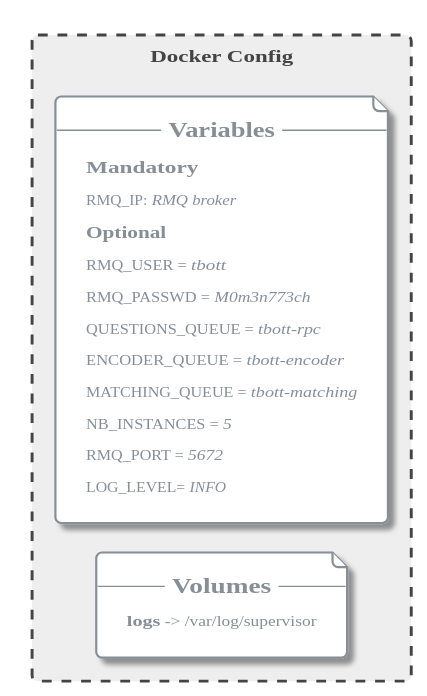
Earlier version of the PlantUML export images/plantuml/FindReply/find_reply/FindReply_Config.svg (momenttech/maestro-architecture). Source of this version:
```plantuml
@startuml




skinparam backgroundColor White








skinparam defaultFontName       "Verdana"
skinparam defaultFontSize       12
skinparam dpi                   100
skinparam shadowing             True
skinparam roundcorner           8
skinparam ParticipantPadding    40
skinparam BoxPadding            40
skinparam Padding               5
skinparam ArrowColor            #868E96
skinparam stereotype {
    CBackgroundColor #EDF0F2
    CBorderColor #BABDBF
    ABackgroundColor #8FB961
    ABorderColor $SUCCESS_DARK
    IBackgroundColor #D2494E
    IBorderColor $DANGER_DARK
    EBackgroundColor #E47833
    EBorderColor $WARNING_DARK
    NBackgroundColor #35638F
    NBorderColor $INFO_DARK
}
skinparam title {
	FontColor	                 #2FA4E7
	BorderColor	                 #BABDBF
	FontSize	    	         20
	BorderRoundCorner            8
	BorderThickness 	         1
	BackgroundColor              White
}

skinparam legend {
	BackgroundColor White
	BorderColor #BABDBF
	FontColor #343A40
}


skinparam activity {
		FontColor #2683B9
	BorderColor #2683B9
	BackgroundColor White
	BarColor #73A839
	StartColor #033C73
	EndColor #033C73
	DiamondBackgroundColor White
  	DiamondBorderColor #BABDBF
	DiamondFontColor #BABDBF
}


skinparam participant {
		FontColor #2683B9
	BorderColor #2683B9
	BackgroundColor White
	ParticipantBorderThickness 2
}


skinparam actor {
		FontColor #2683B9
	BorderColor #2683B9
	BackgroundColor White
}


skinparam arrow {
	Thickness 2.5
	Color #2FA4E7
	FontColor #343A40
}


skinparam sequence {
	BorderColor #2FA4E7
	TitleFontColor #2FA4E7
	BackgroundColor White
	StartColor #2FA4E7
	EndColor #2FA4E7
	BoxBackgroundColor White
	BoxBorderColor #868E96
	BoxFontColor #343A40
	LifeLineBorderColor #BABDBF
	LifeLineBorderThickness 2
	LifeLineBackgroundColor White
	GroupBorderColor #868E96
	GroupFontColor #343A40
	GroupHeaderFontColor #033C73
	DividerBackgroundColor White
    DividerBorderColor #868E96
    DividerBorderThickness 2
    DividerFontColor #343A40
	ReferenceBackgroundColor White
	ReferenceBorderColor #868E96
	ReferenceFontColor #343A40
	ReferenceHeaderFontColor #033C73
}


skinparam partition {
	BorderColor #2FA4E7
	FontColor #2FA4E7
	BackgroundColor White
}


skinparam collections {
		FontColor #2683B9
	BorderColor #2683B9
	BackgroundColor White
}


skinparam control {
		FontColor #2683B9
	BorderColor #2683B9
	BackgroundColor White
}


skinparam entity {
		FontColor #2683B9
	BorderColor #2683B9
	BackgroundColor White
}


skinparam boundary {
		FontColor #2683B9
	BorderColor #2683B9
	BackgroundColor White
}


skinparam agent {
	BackgroundColor White
	BorderColor #999999
	FontColor #333333
}


skinparam note {
	BorderThickness 1
	BackgroundColor White
	BorderColor #033C73
	FontColor #033C73
}


skinparam artifact {
	BackgroundColor White
	BorderColor #868E96
	FontColor #868E96
}


skinparam component {
		FontColor #2683B9
	BorderColor #2683B9
	BackgroundColor White

}


skinparam interface {
	BackgroundColor  White
	BorderColor  #C71C22
	FontColor #343A40
}


skinparam storage {
	BackgroundColor White
  	BorderColor #DD5600
	FontColor #DD5600
}


skinparam node {
	BackgroundColor White
	BorderColor #343A40
	FontColor #343A40
}


skinparam cloud {
	BackgroundColor #F2FCFE-#eeeeee
	BorderColor #F2FCFE
	FontColor #343A40
}


skinparam database {
		FontColor #2683B9
	BorderColor #2683B9
	BackgroundColor White
}


skinparam class {
		FontColor #2683B9
	BorderColor #2683B9
	BackgroundColor White
	HeaderBackgroundColor #2FA4E7-#2683B9
	StereotypeFontColor #343A40
	BorderThickness 1
	AttributeFontColor #343A40
	AttributeFontSize 11
}


skinparam object {
		FontColor #2683B9
	BorderColor #2683B9
	BackgroundColor White
	StereotypeFontColor #343A40
	BorderThickness 1
	AttributeFontColor #BABDBF
	AttributeFontSize 11
}


skinparam usecase {
		FontColor #2683B9
	BorderColor #2683B9
	BackgroundColor White
	BorderThickness 2
	StereotypeFontColor #2FA4E7
}


skinparam rectangle {
		FontColor #2683B9
	BorderColor #2683B9
	BackgroundColor White
	BorderThickness 2
	StereotypeFontColor #2FA4E7
}


skinparam package {
	BackgroundColor #F2FCFE-#eeeeee
  	BorderColor #033C73
	FontColor #033C73
	BorderThickness 2
}


skinparam folder {
	BackgroundColor White
  	BorderColor #DD5600
	FontColor #DD5600
	BorderThickness 2
}


skinparam frame {
		FontColor #2683B9
	BorderColor #2683B9
	BackgroundColor White
	BorderThickness 2
	StereotypeFontColor #2FA4E7
}



skinparam state {
		FontColor #2683B9
	BorderColor #2683B9
	BackgroundColor White
	StartColor #033C73
	EndColor #033C73
	AttributeFontColor #BABDBF
	AttributeFontSize 11
}


skinparam queue {
		FontColor #2683B9
	BorderColor #2683B9
	BackgroundColor White
}


skinparam card {
	BackgroundColor White
	BorderColor #033C73
	FontColor #033C73
}


skinparam file {
	BackgroundColor White
	BorderColor #868E96
	FontColor #868E96
}


skinparam stack {
		FontColor #2683B9
	BorderColor #2683B9
	BackgroundColor White
}



hide stereotype

!pragma horizontalLineBetweenDifferentPackageAllowed

skinparam file<<NOTE>> {
	BorderThickness 0.5
    BackgroundColor LightYellow
	BorderColor LightSteelBlue
	FontColor SteelBlue
    FontSize 10
    ArrowColor LightSteelBlue
}
skinparam arrow<<NOTE>> {
    Color LightSteelBlue
}





skinparam node<<MULTITHREADED>>{
    FontColor #E47833
	BorderColor #E47833
	BackgroundColor White
	BorderThickness 2
	StereotypeFontColor #2FA4E7
}


skinparam package<<CONTAINER>>{
    	BackgroundColor #eeeeee
  	BorderColor #033C73
	FontColor #033C73
	BorderThickness 2
}
skinparam frame<<CONTAINER>>{
    	BackgroundColor #eeeeee
  	BorderColor #033C73
	FontColor #033C73
	BorderThickness 2
}


skinparam rectangle<<boundary>> {
    BackgroundColor #eeeeee
    Shadowing false
    StereotypeFontSize 0
    FontColor #444444
    BorderColor #444444
    BorderStyle dashed
    BoxPadding 0
}

skinparam file<<docker_params>> {
    Shadowing True
    FontSize 10
}












skinparam nodesep 30
skinparam ranksep 20
skinparam componentStyle uml2

skinparam Entity<<ADMIN>>{
    FontColor black
	BorderColor #6F42C1
	BackgroundColor #Red/Yellow
}
skinparam Entity<<FAISS>>{
    FontColor black
	BorderColor #6F42C1
	BackgroundColor #Blue/White
}
skinparam arrow<<TEST>> {
	Thickness 1
	Color #73A839
	FontColor #343A40
}

skinparam arrow<<INTRA>> {
	Color #868E96
}


            rectangle "Docker Config" <<boundary>> as FindReplyModule_cfg {


        file "-- =Variables --\n==Mandatory\nRMQ_IP: <i>RMQ broker</i>\n===Optional\nRMQ_USER = <i>tbott</i>\n                                RMQ_PASSWD = <i>M0m3n773ch</i>\n                                QUESTIONS_QUEUE = <i>tbott-rpc</i>\n                                ENCODER_QUEUE = <i>tbott-encoder</i>\n                                MATCHING_QUEUE = <i>tbott-matching</i>\n                                NB_INSTANCES = <i>5</i>\n                                RMQ_PORT = <i>5672</i>\n                                LOG_LEVEL= <i>INFO</i>" <<docker_params>> as FindReplyModule_vars


        file "-- =Volumes --\n<b>logs</b> -> /var/log/supervisor" <<docker_params>> as FindReplyModule_vols

                FindReplyModule_vols -[hidden]U- FindReplyModule_vars
        }
@enduml
```
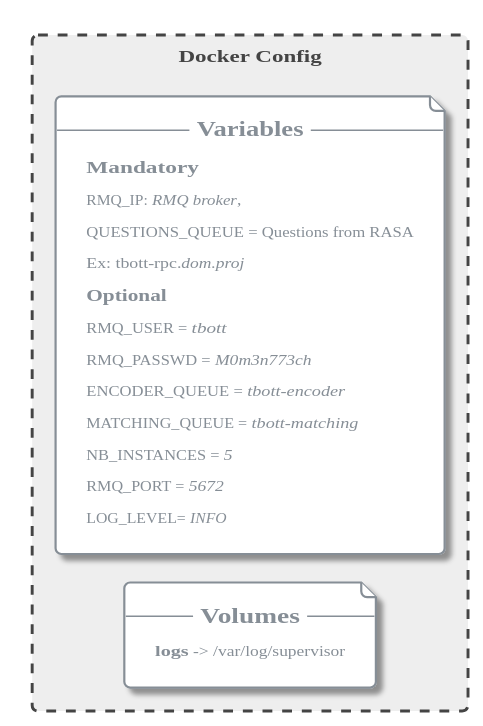
After the commit.

Commit message:
questions_queue is mandatory

What changed in the source:
```diff
@@ -1,4 +1,4 @@
-@startuml
+@startuml FindReply_Config
 
 
 
@@ -319,6 +319,7 @@
 
 hide stereotype
 
+skinparam backgroundColor transparent
 !pragma horizontalLineBetweenDifferentPackageAllowed
 
 skinparam file<<NOTE>> {
@@ -414,7 +415,7 @@
             rectangle "Docker Config" <<boundary>> as FindReplyModule_cfg {
 
 
-        file "-- =Variables --\n==Mandatory\nRMQ_IP: <i>RMQ broker</i>\n===Optional\nRMQ_USER = <i>tbott</i>\n                                RMQ_PASSWD = <i>M0m3n773ch</i>\n                                QUESTIONS_QUEUE = <i>tbott-rpc</i>\n                                ENCODER_QUEUE = <i>tbott-encoder</i>\n                                MATCHING_QUEUE = <i>tbott-matching</i>\n                                NB_INSTANCES = <i>5</i>\n                                RMQ_PORT = <i>5672</i>\n                                LOG_LEVEL= <i>INFO</i>" <<docker_params>> as FindReplyModule_vars
+        file "-- =Variables --\n==Mandatory\nRMQ_IP: <i>RMQ broker</i>,\n                                QUESTIONS_QUEUE = Questions from RASA\n                                Ex: tbott-rpc.<i>dom.proj</i>\n===Optional\nRMQ_USER = <i>tbott</i>\n                                RMQ_PASSWD = <i>M0m3n773ch</i>\n                                ENCODER_QUEUE = <i>tbott-encoder</i>\n                                MATCHING_QUEUE = <i>tbott-matching</i>\n                                NB_INSTANCES = <i>5</i>\n                                RMQ_PORT = <i>5672</i>\n                                LOG_LEVEL= <i>INFO</i>" <<docker_params>> as FindReplyModule_vars
 
 
         file "-- =Volumes --\n<b>logs</b> -> /var/log/supervisor" <<docker_params>> as FindReplyModule_vols
```
